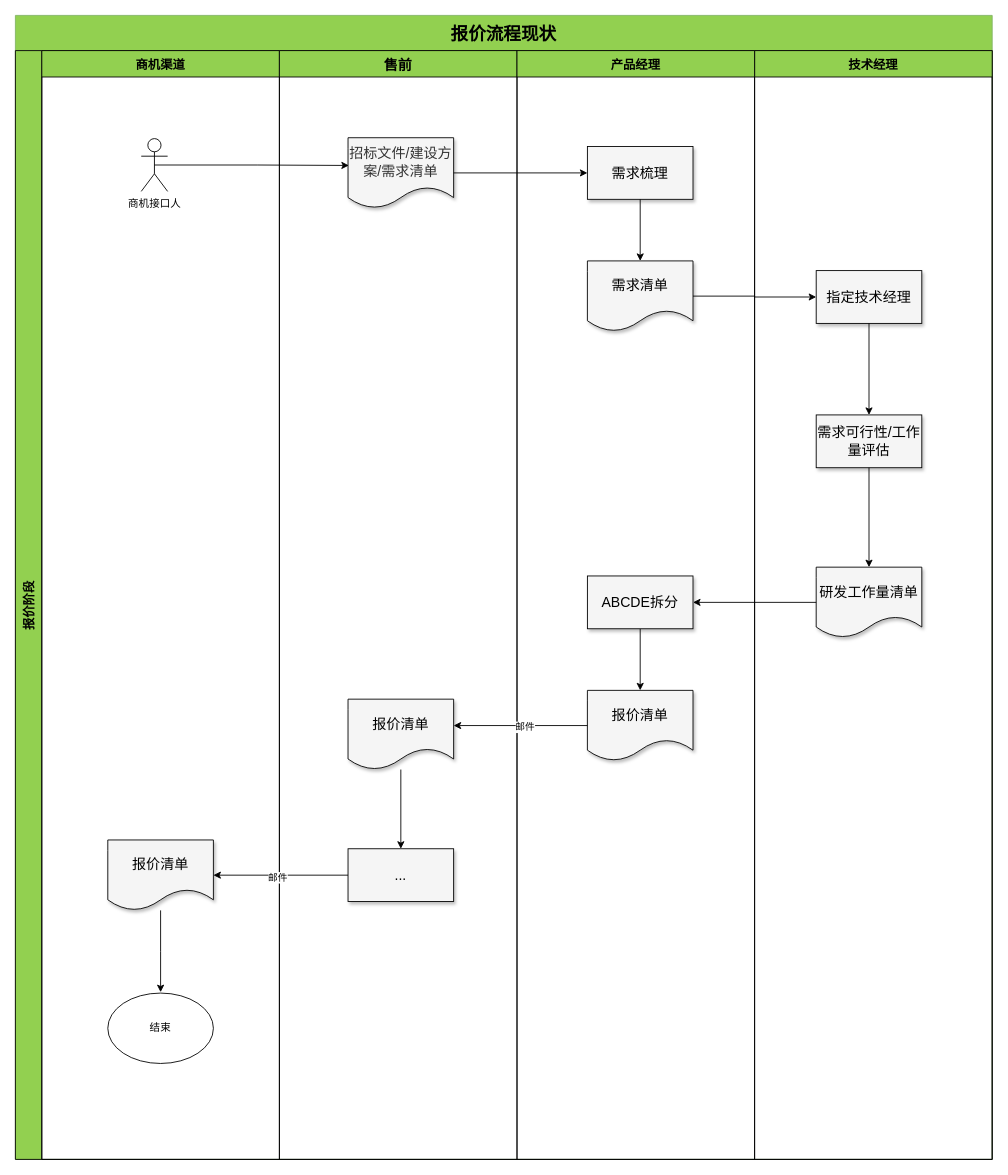
This is 报价现状.drawio from it-coder/diagram, a draw.io file, before an edit. Source tidied: cells renumbered, new cells numbered last; positions are measured from the earlier drawing's top-left corner, leaving out a move shared by most shapes. Both pictures are drawn from the tidied source at 88%, with x=0, y=0 at pixel (15, 15).
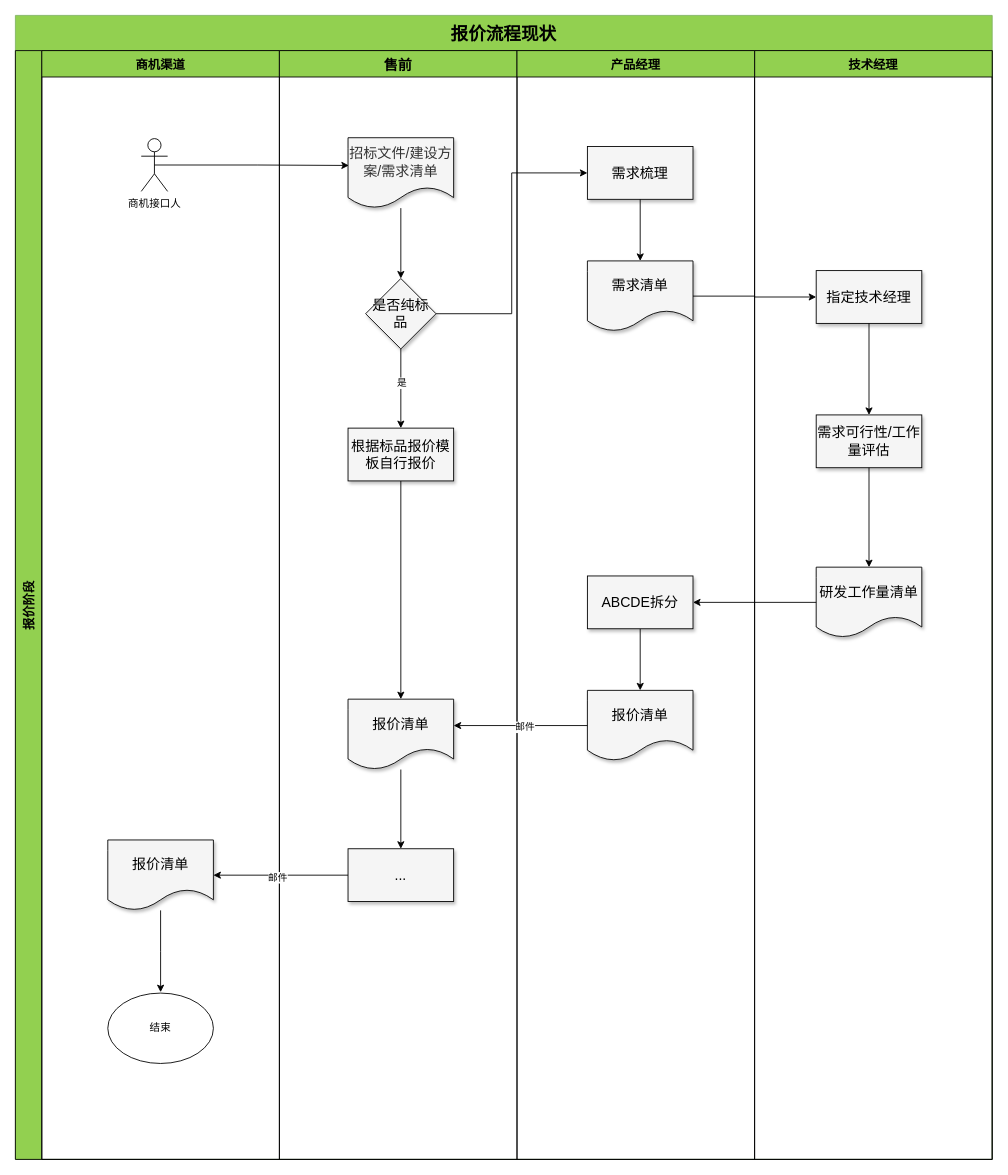
After the change.

Commit message:
更新报价现状.drawio

The change refers to these unchanged cells:
```xml
<mxCell id="3" value="报价阶段" style="swimlane;startSize=30;horizontal=0;fillColor=#92D050;fontSize=14;" parent="2" vertex="1">
  <mxGeometry y="40" width="1110" height="1260" as="geometry" />
</mxCell>
<mxCell id="12" value="售前" style="swimlane;startSize=30;fillColor=#92D050;fontSize=16;fontColor=#000000;" parent="3" vertex="1">
  <mxGeometry x="300" width="270" height="1260" as="geometry" />
</mxCell>
<mxCell id="13" value="&lt;font face=&quot;Microsoft YaHei-2&quot; style=&quot;font-size: 16px;&quot; color=&quot;#333333&quot;&gt;招标文件/建设方案/需求清单&lt;/font&gt;" style="shape=document;whiteSpace=wrap;html=1;boundedLbl=1;shadow=1;sketch=0;fontSize=12;fontColor=#FFC000;fillColor=#F5F5F5;" parent="12" vertex="1">
  <mxGeometry x="78" y="99" width="120" height="80" as="geometry" />
</mxCell>
<mxCell id="15" value="报价清单" style="shape=document;whiteSpace=wrap;html=1;boundedLbl=1;fontSize=16;fillColor=#F5F5F5;fontColor=#000000;shadow=1;sketch=0;" parent="12" vertex="1">
  <mxGeometry x="78" y="737" width="120" height="80" as="geometry" />
</mxCell>
<mxCell id="18" value="需求梳理" style="whiteSpace=wrap;html=1;fillColor=#F5F5F5;fontColor=#000000;shadow=1;sketch=0;fontSize=16;" parent="17" vertex="1">
  <mxGeometry x="80" y="109" width="120" height="60" as="geometry" />
</mxCell>
```

Change to the diagram source:
```diff
@@
+    <mxCell id="35" style="edgeStyle=orthogonalEdgeStyle;rounded=0;jettySize=auto;html=1;" parent="12" edge="1" source="13" target="38">
+      <mxGeometry relative="1" as="geometry" />
+    </mxCell>
@@
+    <mxCell id="36" style="edgeStyle=orthogonalEdgeStyle;rounded=0;jettySize=auto;html=1;" parent="12" edge="1" source="38" target="40">
+      <mxGeometry relative="1" as="geometry" />
+    </mxCell>
+    <mxCell id="37" value="是" style="edgeLabel;html=1;align=center;verticalAlign=middle;" parent="36" vertex="1">
+      <mxGeometry x="-0.17" relative="1" as="geometry">
+        <mxPoint y="1" as="offset" />
+      </mxGeometry>
+    </mxCell>
+    <mxCell id="38" value="是否纯标品" style="rhombus;whiteSpace=wrap;html=1;fillColor=#F5F5F5;fontColor=#000000;shadow=1;sketch=0;fontSize=16;" parent="12" vertex="1">
+      <mxGeometry x="98" y="259" width="80" height="80" as="geometry" />
+    </mxCell>
+    <mxCell id="39" style="edgeStyle=orthogonalEdgeStyle;rounded=0;jettySize=auto;html=1;exitX=0.5;exitY=1;exitDx=0;exitDy=0;" parent="12" edge="1" source="40" target="15">
+      <mxGeometry relative="1" as="geometry" />
+    </mxCell>
+    <mxCell id="40" value="根据标品报价模板自行报价" style="whiteSpace=wrap;html=1;fontSize=16;fillColor=#F5F5F5;fontColor=#000000;shadow=1;sketch=0;" parent="12" vertex="1">
+      <mxGeometry x="78" y="429" width="120" height="60" as="geometry" />
+    </mxCell>
@@
-    <mxCell id="26" style="edgeStyle=orthogonalEdgeStyle;rounded=0;jettySize=auto;html=1;" parent="3" edge="1" source="13" target="18">
-      <mxGeometry relative="1" as="geometry" />
-    </mxCell>
@@
+    <mxCell id="41" style="edgeStyle=orthogonalEdgeStyle;rounded=0;jettySize=auto;html=1;exitX=1;exitY=0.5;exitDx=0;exitDy=0;entryX=0;entryY=0.5;entryDx=0;entryDy=0;" parent="3" edge="1" source="38" target="18">
+      <mxGeometry relative="1" as="geometry" />
+    </mxCell>
```
